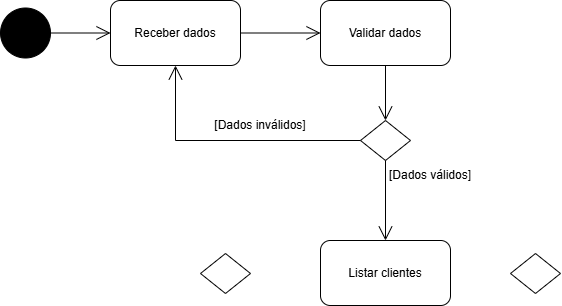
Above: APOO/diagrama_atividade/Diagrama_atividades_clientes.drawio.png in joao-marcos-azvd/Estudos-de-programacao (draw.io), before the change. Source tidied: cells renumbered, new cells last; positions are measured from the earlier drawing's top-left corner, leaving out a move shared by most shapes.
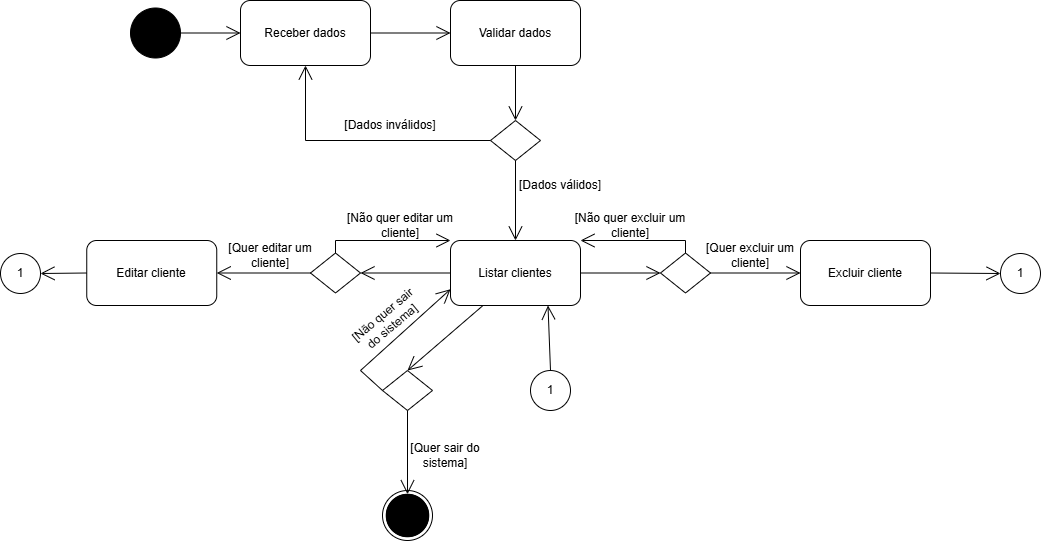
After the commit.

What changed in the source:
```diff
@@ -34,7 +34,7 @@
       <mxGeometry x="200" y="110" width="120" height="30" as="geometry" />
     </mxCell>
     <mxCell id="11" value="[Dados válidos]" style="text;strokeColor=none;align=center;fillColor=none;html=1;verticalAlign=middle;whiteSpace=wrap;rounded=0;" parent="1" vertex="1">
-      <mxGeometry x="370" y="160" width="120" height="30" as="geometry" />
+      <mxGeometry x="370" y="170" width="120" height="30" as="geometry" />
     </mxCell>
     <mxCell id="12" style="endArrow=open;endFill=1;endSize=12;html=1;rounded=0;exitX=0.5;exitY=1;exitDx=0;exitDy=0;entryX=0.5;entryY=0;entryDx=0;entryDy=0;" parent="1" edge="1" source="7" target="13">
       <mxGeometry relative="1" as="geometry" />
@@ -43,10 +43,100 @@
       <mxGeometry x="320" y="240" width="130" height="65" as="geometry" />
     </mxCell>
     <mxCell id="14" style="rhombus;whiteSpace=wrap;html=1;" parent="1" vertex="1">
-      <mxGeometry x="200" y="253" width="50" height="40" as="geometry" />
+      <mxGeometry x="180" y="252.5" width="50" height="40" as="geometry" />
     </mxCell>
     <mxCell id="15" style="rhombus;whiteSpace=wrap;html=1;" parent="1" vertex="1">
-      <mxGeometry x="510" y="253" width="50" height="40" as="geometry" />
+      <mxGeometry x="530" y="252.5" width="50" height="40" as="geometry" />
     </mxCell>
+    <mxCell id="16" style="ellipse;shape=doubleEllipse;whiteSpace=wrap;html=1;" parent="1" vertex="1">
+      <mxGeometry x="252" y="490" width="50" height="50" as="geometry" />
+    </mxCell>
+    <mxCell id="17" style="ellipse;shape=doubleEllipse;whiteSpace=wrap;html=1;fillColor=#000000;" parent="1" vertex="1">
+      <mxGeometry x="255.8" y="493.8" width="42.5" height="42.5" as="geometry" />
+    </mxCell>
+    <mxCell id="18" style="endArrow=open;endFill=1;endSize=12;html=1;rounded=0;exitX=0;exitY=0.5;exitDx=0;exitDy=0;entryX=1;entryY=0.5;entryDx=0;entryDy=0;" parent="1" edge="1" source="13" target="14">
+      <mxGeometry relative="1" as="geometry" />
+    </mxCell>
+    <mxCell id="19" style="endArrow=open;endFill=1;endSize=12;html=1;rounded=0;exitX=1;exitY=0.5;exitDx=0;exitDy=0;entryX=0;entryY=0.5;entryDx=0;entryDy=0;" parent="1" edge="1" source="13" target="15">
+      <mxGeometry relative="1" as="geometry" />
+    </mxCell>
+    <mxCell id="20" value="Editar cliente" style="rounded=1;whiteSpace=wrap;html=1;" parent="1" vertex="1">
+      <mxGeometry x="-43.8" y="240" width="130" height="65" as="geometry" />
+    </mxCell>
+    <mxCell id="21" style="endArrow=open;endFill=1;endSize=12;html=1;rounded=0;exitX=0;exitY=0.5;exitDx=0;exitDy=0;entryX=1;entryY=0.5;entryDx=0;entryDy=0;" parent="1" edge="1" source="14" target="20">
+      <mxGeometry relative="1" as="geometry" />
+    </mxCell>
+    <mxCell id="22" style="endArrow=open;endFill=1;endSize=12;html=1;rounded=0;exitX=0.5;exitY=0;exitDx=0;exitDy=0;entryX=0;entryY=0;entryDx=0;entryDy=0;" parent="1" edge="1" source="14" target="13">
+      <mxGeometry relative="1" as="geometry">
+        <Array as="points">
+          <mxPoint x="205" y="240" />
+        </Array>
+      </mxGeometry>
+    </mxCell>
+    <mxCell id="23" style="endArrow=open;endFill=1;endSize=12;html=1;rounded=0;exitX=0.5;exitY=0;exitDx=0;exitDy=0;entryX=1;entryY=0;entryDx=0;entryDy=0;" parent="1" edge="1" source="15" target="13">
+      <mxGeometry relative="1" as="geometry">
+        <Array as="points">
+          <mxPoint x="555" y="240" />
+        </Array>
+      </mxGeometry>
+    </mxCell>
+    <mxCell id="24" value="[Quer editar um cliente]" style="text;strokeColor=none;align=center;fillColor=none;html=1;verticalAlign=middle;whiteSpace=wrap;rounded=0;" parent="1" vertex="1">
+      <mxGeometry x="80" y="240" width="120" height="30" as="geometry" />
+    </mxCell>
+    <mxCell id="25" value="[Não quer editar um cliente]" style="text;strokeColor=none;align=center;fillColor=none;html=1;verticalAlign=middle;whiteSpace=wrap;rounded=0;" parent="1" vertex="1">
+      <mxGeometry x="210" y="210" width="120" height="30" as="geometry" />
+    </mxCell>
+    <mxCell id="26" value="Excluir cliente" style="rounded=1;whiteSpace=wrap;html=1;" parent="1" vertex="1">
+      <mxGeometry x="670" y="240" width="130" height="65" as="geometry" />
+    </mxCell>
+    <mxCell id="27" style="endArrow=open;endFill=1;endSize=12;html=1;rounded=0;exitX=1;exitY=0.5;exitDx=0;exitDy=0;entryX=0;entryY=0.5;entryDx=0;entryDy=0;" parent="1" edge="1" source="15" target="26">
+      <mxGeometry relative="1" as="geometry" />
+    </mxCell>
+    <mxCell id="28" value="[Quer excluir um cliente]" style="text;strokeColor=none;align=center;fillColor=none;html=1;verticalAlign=middle;whiteSpace=wrap;rounded=0;" parent="1" vertex="1">
+      <mxGeometry x="560" y="240" width="120" height="30" as="geometry" />
+    </mxCell>
+    <mxCell id="29" value="[Não quer excluir um cliente]" style="text;strokeColor=none;align=center;fillColor=none;html=1;verticalAlign=middle;whiteSpace=wrap;rounded=0;" parent="1" vertex="1">
+      <mxGeometry x="440" y="210" width="120" height="30" as="geometry" />
+    </mxCell>
+    <mxCell id="30" style="rhombus;whiteSpace=wrap;html=1;" parent="1" vertex="1">
+      <mxGeometry x="252" y="370" width="50" height="40" as="geometry" />
+    </mxCell>
+    <mxCell id="31" style="endArrow=open;endFill=1;endSize=12;html=1;rounded=0;exitX=0.25;exitY=1;exitDx=0;exitDy=0;entryX=0.5;entryY=0;entryDx=0;entryDy=0;" parent="1" edge="1" source="13" target="30">
+      <mxGeometry relative="1" as="geometry" />
+    </mxCell>
+    <mxCell id="32" style="endArrow=open;endFill=1;endSize=12;html=1;rounded=0;exitX=0;exitY=0.5;exitDx=0;exitDy=0;entryX=0;entryY=0.75;entryDx=0;entryDy=0;" parent="1" edge="1" source="30" target="13">
+      <mxGeometry relative="1" as="geometry">
+        <Array as="points">
+          <mxPoint x="230" y="370" />
+        </Array>
+      </mxGeometry>
+    </mxCell>
+    <mxCell id="33" style="endArrow=open;endFill=1;endSize=12;html=1;rounded=0;exitX=0.5;exitY=1;exitDx=0;exitDy=0;entryX=0.5;entryY=0;entryDx=0;entryDy=0;" parent="1" edge="1" source="30" target="17">
+      <mxGeometry relative="1" as="geometry" />
+    </mxCell>
+    <mxCell id="34" value="[Quer sair do sistema]" style="text;strokeColor=none;align=center;fillColor=none;html=1;verticalAlign=middle;whiteSpace=wrap;rounded=0;" parent="1" vertex="1">
+      <mxGeometry x="270" y="439.5" width="90" height="30" as="geometry" />
+    </mxCell>
+    <mxCell id="35" value="[Não quer sair do sistema]" style="text;strokeColor=none;align=center;fillColor=none;html=1;verticalAlign=middle;whiteSpace=wrap;rounded=0;rotation=-40;" parent="1" vertex="1">
+      <mxGeometry x="212" y="305" width="90" height="30" as="geometry" />
+    </mxCell>
+    <mxCell id="36" value="1" style="ellipse;whiteSpace=wrap;html=1;" parent="1" vertex="1">
+      <mxGeometry x="400" y="370" width="40" height="40" as="geometry" />
+    </mxCell>
+    <mxCell id="37" value="1" style="ellipse;whiteSpace=wrap;html=1;" parent="1" vertex="1">
+      <mxGeometry x="870" y="253" width="40" height="40" as="geometry" />
+    </mxCell>
+    <mxCell id="38" value="1" style="ellipse;whiteSpace=wrap;html=1;" parent="1" vertex="1">
+      <mxGeometry x="-130" y="253" width="40" height="40" as="geometry" />
+    </mxCell>
+    <mxCell id="39" style="endArrow=open;endFill=1;endSize=12;html=1;rounded=0;exitX=0;exitY=0.5;exitDx=0;exitDy=0;entryX=1;entryY=0.5;entryDx=0;entryDy=0;" parent="1" edge="1" source="20" target="38">
+      <mxGeometry relative="1" as="geometry" />
+    </mxCell>
+    <mxCell id="40" style="endArrow=open;endFill=1;endSize=12;html=1;rounded=0;exitX=0.5;exitY=0;exitDx=0;exitDy=0;entryX=0.75;entryY=1;entryDx=0;entryDy=0;" parent="1" edge="1" source="36" target="13">
+      <mxGeometry relative="1" as="geometry" />
+    </mxCell>
+    <mxCell id="41" style="endArrow=open;endFill=1;endSize=12;html=1;rounded=0;exitX=1;exitY=0.5;exitDx=0;exitDy=0;entryX=0;entryY=0.5;entryDx=0;entryDy=0;" parent="1" edge="1" source="26" target="37">
+      <mxGeometry relative="1" as="geometry" />
+    </mxCell>
   </root>
 </mxGraphModel>
```
